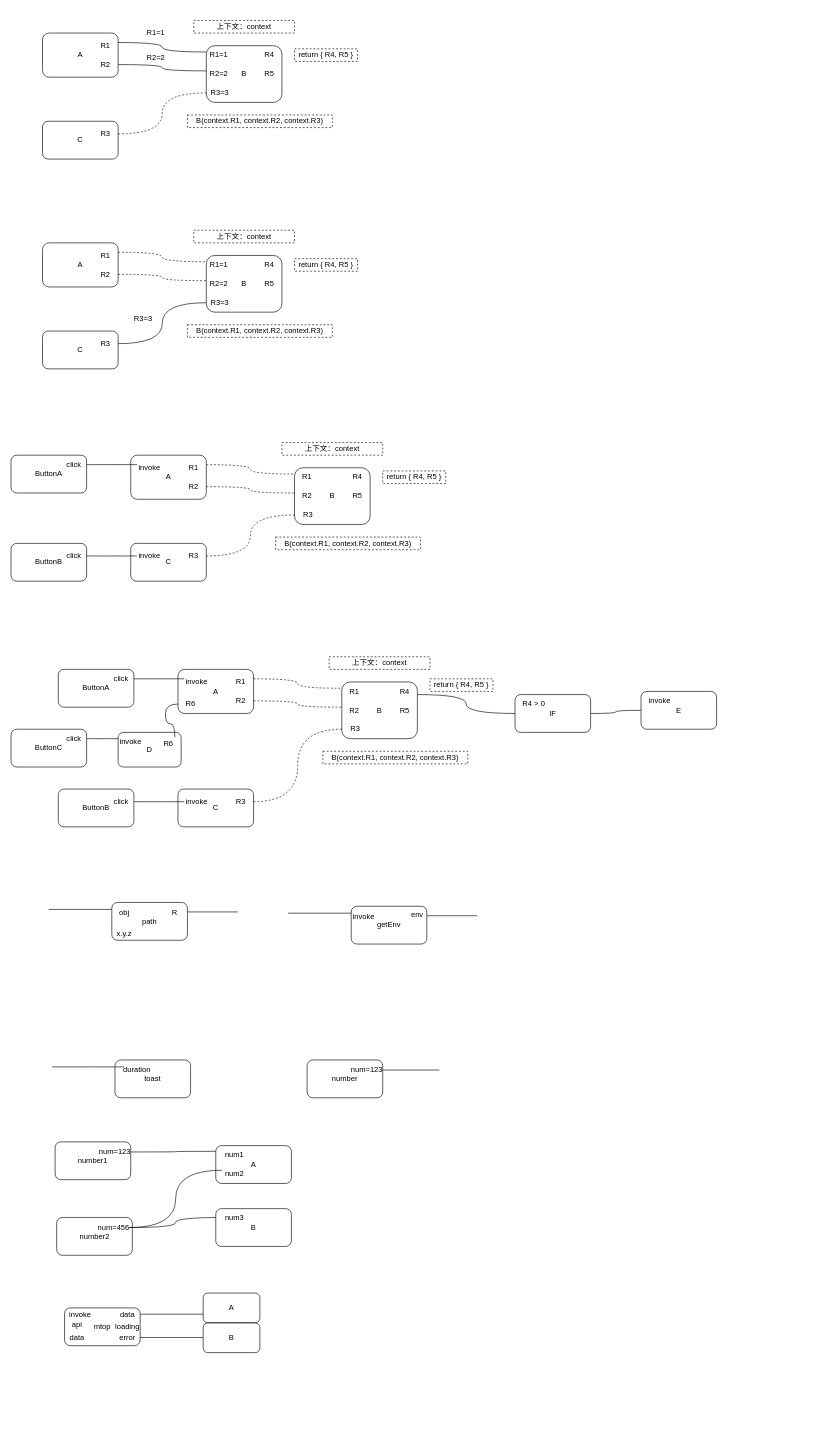
The draw.io diagram flow-stream-logic.drawio in lokewei/draw.io, before the edit. Source tidied: cells renumbered, new cells numbered last; positions are measured from the earlier drawing's top-left corner, leaving out a move shared by most shapes. Both pictures are drawn from the tidied source at 63%, with x=0, y=0 at pixel (11, 20).
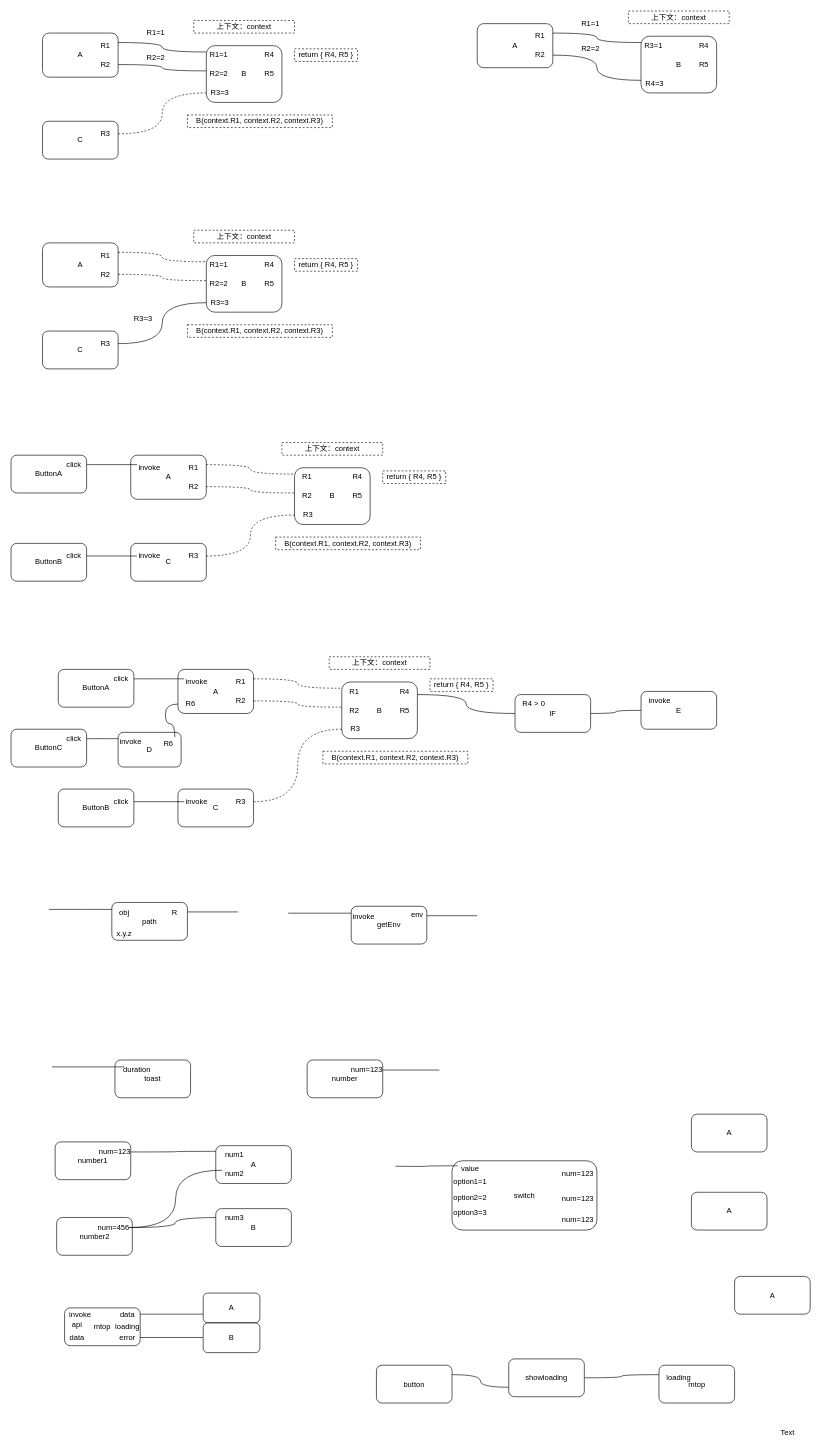
Above is the later version.

The edit, as a diff of the source:
```diff
@@
+    <mxCell id="143" value="A" style="rounded=1;whiteSpace=wrap;html=1;" parent="1" vertex="1">
+      <mxGeometry x="740" y="5" width="120" height="70" as="geometry" />
+    </mxCell>
+    <mxCell id="144" value="B" style="rounded=1;whiteSpace=wrap;html=1;" parent="1" vertex="1">
+      <mxGeometry x="1000" y="25" width="120" height="90" as="geometry" />
+    </mxCell>
+    <mxCell id="145" style="rounded=0;jettySize=auto;html=1;exitX=1;exitY=0.25;exitDx=0;exitDy=0;entryX=0;entryY=0.25;entryDx=0;entryDy=0;endArrow=none;endFill=0;edgeStyle=orthogonalEdgeStyle;curved=1;" parent="1" edge="1" source="146" target="149">
+      <mxGeometry relative="1" as="geometry" />
+    </mxCell>
+    <mxCell id="146" value="R1" style="text;html=1;strokeColor=none;fillColor=none;align=center;verticalAlign=middle;whiteSpace=wrap;rounded=0;" parent="1" vertex="1">
+      <mxGeometry x="820" y="15" width="40" height="20" as="geometry" />
+    </mxCell>
+    <mxCell id="147" style="edgeStyle=orthogonalEdgeStyle;rounded=0;jettySize=auto;html=1;exitX=1;exitY=0.5;exitDx=0;exitDy=0;entryX=0;entryY=0.25;entryDx=0;entryDy=0;endArrow=none;endFill=0;curved=1;" parent="1" edge="1" source="148" target="150">
+      <mxGeometry relative="1" as="geometry" />
+    </mxCell>
+    <mxCell id="148" value="R2" style="text;html=1;strokeColor=none;fillColor=none;align=center;verticalAlign=middle;whiteSpace=wrap;rounded=0;" parent="1" vertex="1">
+      <mxGeometry x="820" y="45" width="40" height="20" as="geometry" />
+    </mxCell>
+    <mxCell id="149" value="R3=1" style="text;html=1;strokeColor=none;fillColor=none;align=center;verticalAlign=middle;whiteSpace=wrap;rounded=0;" parent="1" vertex="1">
+      <mxGeometry x="1000" y="30" width="40" height="20" as="geometry" />
+    </mxCell>
+    <mxCell id="150" value="&amp;nbsp;R4=3" style="text;html=1;strokeColor=none;fillColor=none;align=center;verticalAlign=middle;whiteSpace=wrap;rounded=0;" parent="1" vertex="1">
+      <mxGeometry x="1000" y="90" width="40" height="20" as="geometry" />
+    </mxCell>
+    <mxCell id="151" value="上下文：context" style="text;html=1;strokeColor=#000000;fillColor=none;align=center;verticalAlign=middle;whiteSpace=wrap;rounded=0;dashed=1;" parent="1" vertex="1">
+      <mxGeometry x="980" y="-15" width="160" height="20" as="geometry" />
+    </mxCell>
+    <mxCell id="152" value="R4" style="text;html=1;strokeColor=none;fillColor=none;align=center;verticalAlign=middle;whiteSpace=wrap;rounded=0;" parent="1" vertex="1">
+      <mxGeometry x="1080" y="30" width="40" height="20" as="geometry" />
+    </mxCell>
+    <mxCell id="153" value="R5" style="text;html=1;strokeColor=none;fillColor=none;align=center;verticalAlign=middle;whiteSpace=wrap;rounded=0;" parent="1" vertex="1">
+      <mxGeometry x="1080" y="60" width="40" height="20" as="geometry" />
+    </mxCell>
+    <mxCell id="154" value="R1=1" style="text;html=1;strokeColor=none;fillColor=none;align=center;verticalAlign=middle;whiteSpace=wrap;rounded=0;dashed=1;" parent="1" vertex="1">
+      <mxGeometry x="900" y="-5" width="40" height="20" as="geometry" />
+    </mxCell>
+    <mxCell id="155" value="R2=2" style="text;html=1;strokeColor=none;fillColor=none;align=center;verticalAlign=middle;whiteSpace=wrap;rounded=0;dashed=1;" parent="1" vertex="1">
+      <mxGeometry x="900" y="35" width="40" height="20" as="geometry" />
+    </mxCell>
+    <mxCell id="156" value="switch" style="rounded=1;whiteSpace=wrap;html=1;strokeColor=#000000;" parent="1" vertex="1">
+      <mxGeometry x="700" y="1810" width="230" height="110" as="geometry" />
+    </mxCell>
+    <mxCell id="157" value="option1=1" style="text;html=1;strokeColor=none;fillColor=none;align=center;verticalAlign=middle;whiteSpace=wrap;rounded=0;" parent="1" vertex="1">
+      <mxGeometry x="709" y="1833" width="40" height="20" as="geometry" />
+    </mxCell>
+    <mxCell id="158" value="option2=2" style="text;html=1;strokeColor=none;fillColor=none;align=center;verticalAlign=middle;whiteSpace=wrap;rounded=0;" parent="1" vertex="1">
+      <mxGeometry x="709" y="1859" width="40" height="20" as="geometry" />
+    </mxCell>
+    <mxCell id="159" value="option3=3" style="text;html=1;strokeColor=none;fillColor=none;align=center;verticalAlign=middle;whiteSpace=wrap;rounded=0;" parent="1" vertex="1">
+      <mxGeometry x="709" y="1883" width="40" height="20" as="geometry" />
+    </mxCell>
+    <mxCell id="160" value="A" style="rounded=1;whiteSpace=wrap;html=1;strokeColor=#000000;" parent="1" vertex="1">
+      <mxGeometry x="1080" y="1736" width="120" height="60" as="geometry" />
+    </mxCell>
+    <mxCell id="161" value="A" style="rounded=1;whiteSpace=wrap;html=1;strokeColor=#000000;" parent="1" vertex="1">
+      <mxGeometry x="1080" y="1860" width="120" height="60" as="geometry" />
+    </mxCell>
+    <mxCell id="162" value="A" style="rounded=1;whiteSpace=wrap;html=1;strokeColor=#000000;" parent="1" vertex="1">
+      <mxGeometry x="1148.5" y="1993.5" width="120" height="60" as="geometry" />
+    </mxCell>
+    <mxCell id="163" value="num=123" style="text;html=1;strokeColor=none;fillColor=none;align=center;verticalAlign=middle;whiteSpace=wrap;rounded=0;" parent="1" vertex="1">
+      <mxGeometry x="875" y="1820" width="50" height="20" as="geometry" />
+    </mxCell>
+    <mxCell id="164" value="num=123" style="text;html=1;strokeColor=none;fillColor=none;align=center;verticalAlign=middle;whiteSpace=wrap;rounded=0;" parent="1" vertex="1">
+      <mxGeometry x="875" y="1860" width="50" height="20" as="geometry" />
+    </mxCell>
+    <mxCell id="165" value="num=123" style="text;html=1;strokeColor=none;fillColor=none;align=center;verticalAlign=middle;whiteSpace=wrap;rounded=0;" parent="1" vertex="1">
+      <mxGeometry x="875" y="1894" width="50" height="20" as="geometry" />
+    </mxCell>
+    <mxCell id="166" style="edgeStyle=orthogonalEdgeStyle;curved=1;rounded=0;jettySize=auto;html=1;exitX=0;exitY=0.25;exitDx=0;exitDy=0;endArrow=none;endFill=0;" parent="1" edge="1" source="167">
+      <mxGeometry relative="1" as="geometry">
+        <mxPoint x="610" y="1818.7" as="targetPoint" />
+      </mxGeometry>
+    </mxCell>
+    <mxCell id="167" value="value" style="text;html=1;strokeColor=none;fillColor=none;align=center;verticalAlign=middle;whiteSpace=wrap;rounded=0;" parent="1" vertex="1">
+      <mxGeometry x="709" y="1813" width="40" height="20" as="geometry" />
+    </mxCell>
+    <mxCell id="168" style="edgeStyle=orthogonalEdgeStyle;curved=1;rounded=0;jettySize=auto;html=1;exitX=1;exitY=0.25;exitDx=0;exitDy=0;endArrow=none;endFill=0;entryX=0;entryY=0.75;entryDx=0;entryDy=0;" parent="1" edge="1" source="169" target="172">
+      <mxGeometry relative="1" as="geometry" />
+    </mxCell>
+    <mxCell id="169" value="button" style="rounded=1;whiteSpace=wrap;html=1;strokeColor=#000000;" parent="1" vertex="1">
+      <mxGeometry x="580" y="2134.5" width="120" height="60" as="geometry" />
+    </mxCell>
+    <mxCell id="170" value="mtop" style="rounded=1;whiteSpace=wrap;html=1;strokeColor=#000000;" parent="1" vertex="1">
+      <mxGeometry x="1028.5" y="2134.5" width="120" height="60" as="geometry" />
+    </mxCell>
+    <mxCell id="171" style="edgeStyle=orthogonalEdgeStyle;curved=1;rounded=0;jettySize=auto;html=1;exitX=1;exitY=0.5;exitDx=0;exitDy=0;entryX=0;entryY=0.25;entryDx=0;entryDy=0;endArrow=none;endFill=0;" parent="1" edge="1" source="172" target="170">
+      <mxGeometry relative="1" as="geometry" />
+    </mxCell>
+    <mxCell id="172" value="showloading" style="rounded=1;whiteSpace=wrap;html=1;strokeColor=#000000;" parent="1" vertex="1">
+      <mxGeometry x="790" y="2124.5" width="120" height="60" as="geometry" />
+    </mxCell>
+    <mxCell id="173" value="loading" style="text;html=1;strokeColor=none;fillColor=none;align=center;verticalAlign=middle;whiteSpace=wrap;rounded=0;" parent="1" vertex="1">
+      <mxGeometry x="1040" y="2144.5" width="40" height="20" as="geometry" />
+    </mxCell>
+    <mxCell id="174" value="Text" style="text;html=1;align=left;verticalAlign=top;spacingTop=-4;" parent="1" vertex="1">
+      <mxGeometry x="1220" y="2231" width="40" height="20" as="geometry" />
+    </mxCell>
```
